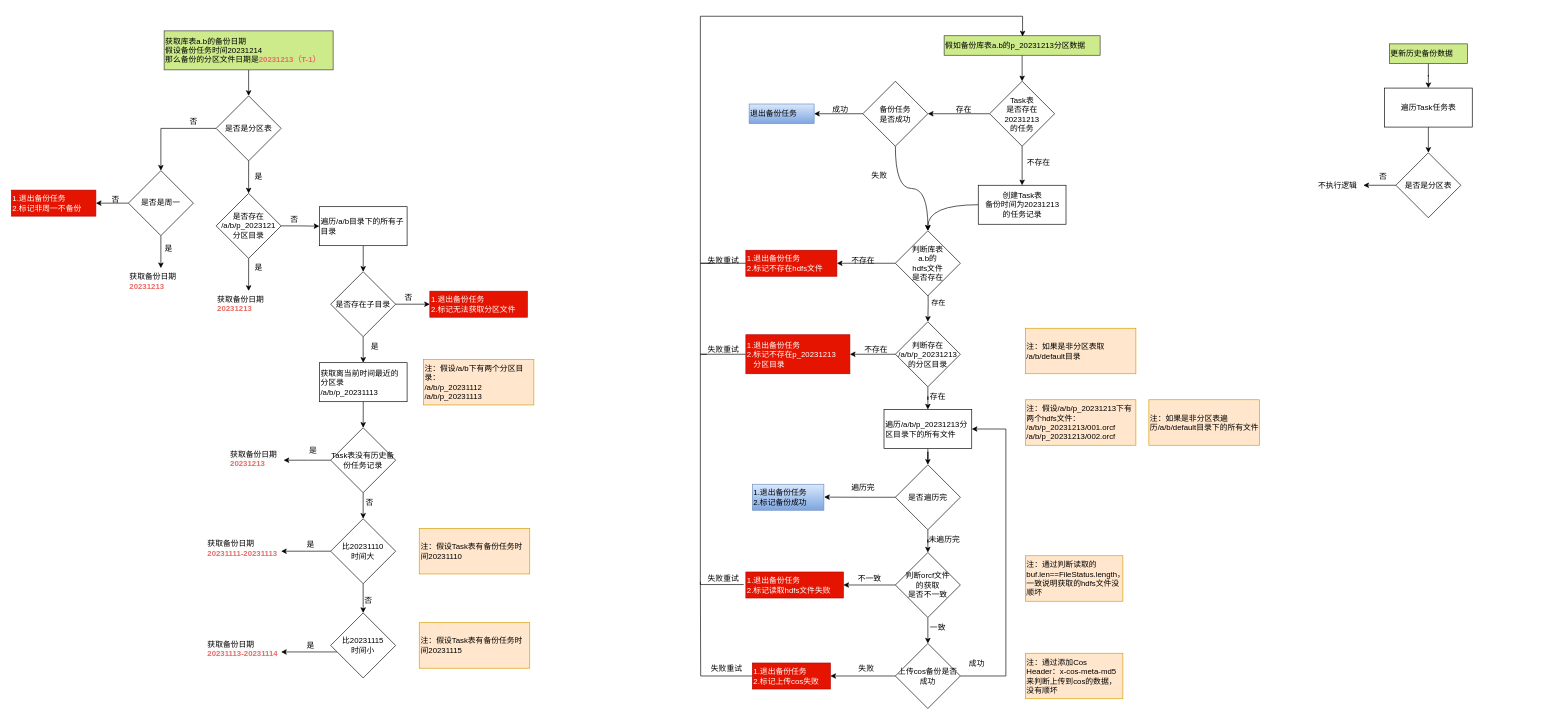
The draw.io diagram src/main/resources/work.drawio in milanyangbo/embedded-tidb, before the edit. Source tidied: cells renumbered, new cells numbered last; positions are measured from the earlier drawing's top-left corner, leaving out a move shared by most shapes. Both pictures are drawn from the tidied source at 65%, with x=0, y=0 at pixel (11, 16).
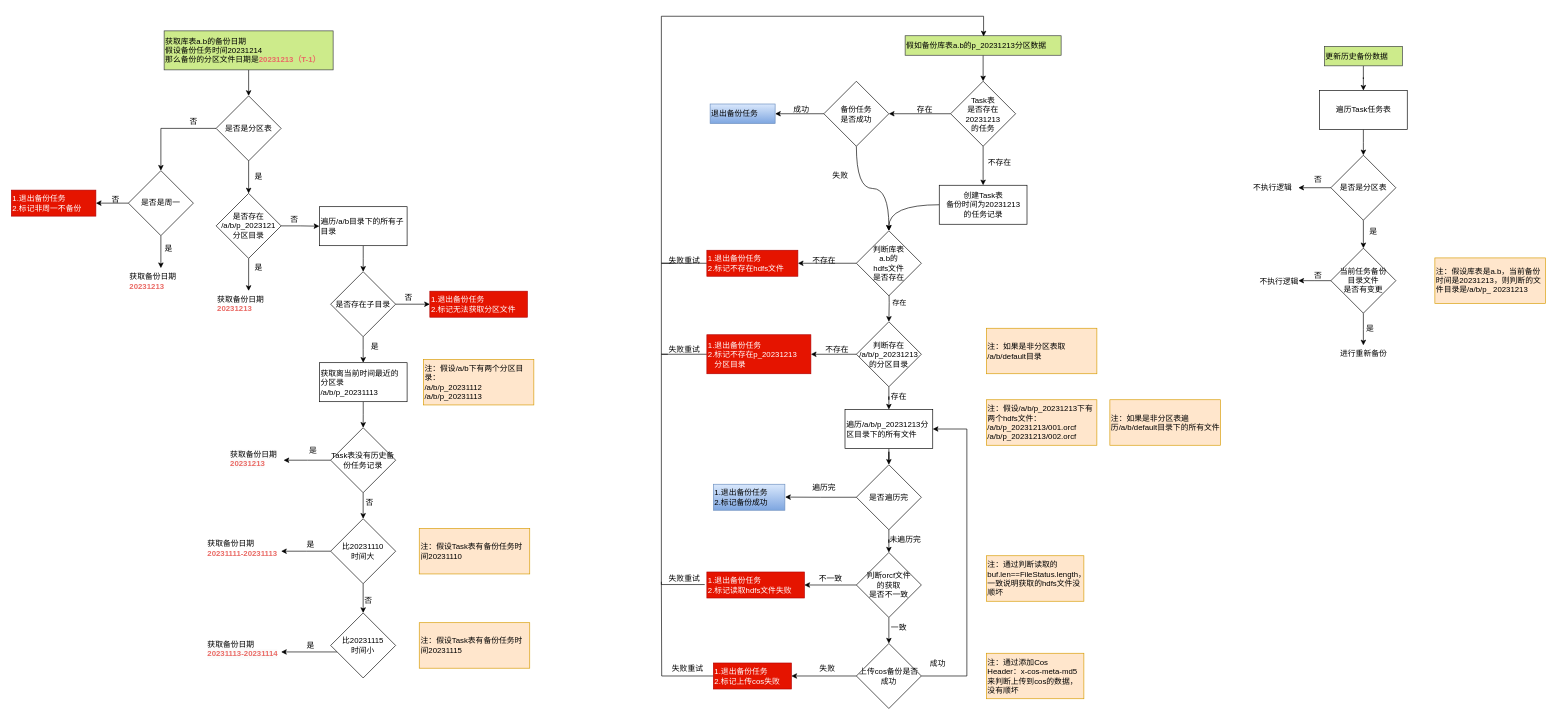
The same diagram, later.

Change to the diagram source:
```diff
@@
     <mxCell id="3" value="假如备份库表a.b的p_20231213分区数据" style="text;html=1;align=left;verticalAlign=middle;points=[];strokeColor=#36393d;fillColor=#cdeb8b;" parent="1" vertex="1">
-      <mxGeometry x="1435" y="29.5" width="240" height="30" as="geometry" />
+      <mxGeometry x="1375" y="29.5" width="240" height="30" as="geometry" />
     </mxCell>
@@
     <mxCell id="6" value="Task表&lt;br&gt;是否存在20231213&lt;br&gt;的任务" style="rhombus;whiteSpace=wrap;html=1;" parent="1" vertex="1">
-      <mxGeometry x="1505" y="99.5" width="100" height="100" as="geometry" />
+      <mxGeometry x="1445" y="99.5" width="100" height="100" as="geometry" />
     </mxCell>
@@
     <mxCell id="8" value="创建Task表&lt;br&gt;备份时间为20231213&lt;br&gt;的任务记录" style="rounded=0;whiteSpace=wrap;html=1;" parent="1" vertex="1">
-      <mxGeometry x="1487.5" y="259.5" width="135" height="60" as="geometry" />
+      <mxGeometry x="1427.5" y="259.5" width="135" height="60" as="geometry" />
     </mxCell>
     <mxCell id="9" value="不存在" style="text;html=1;align=center;verticalAlign=middle;strokeColor=none;fillColor=none;" parent="1" vertex="1">
-      <mxGeometry x="1550" y="209.5" width="60" height="30" as="geometry" />
+      <mxGeometry x="1490" y="209.5" width="60" height="30" as="geometry" />
     </mxCell>
@@
     <mxCell id="12" value="备份任务&lt;br&gt;是否成功" style="rhombus;whiteSpace=wrap;html=1;" parent="1" vertex="1">
-      <mxGeometry x="1310" y="99.5" width="100" height="100" as="geometry" />
+      <mxGeometry x="1250" y="99.5" width="100" height="100" as="geometry" />
     </mxCell>
     <mxCell id="13" value="退出备份任务" style="text;html=1;align=left;verticalAlign=middle;points=[];strokeColor=#6c8ebf;fillColor=#dae8fc;gradientColor=#7ea6e0;" parent="1" vertex="1">
-      <mxGeometry x="1135" y="134.5" width="100" height="30" as="geometry" />
+      <mxGeometry x="1075" y="134.5" width="100" height="30" as="geometry" />
     </mxCell>
     <mxCell id="14" value="成功" style="text;html=1;align=center;verticalAlign=middle;strokeColor=none;fillColor=none;" parent="1" vertex="1">
-      <mxGeometry x="1250" y="127.5" width="50" height="30" as="geometry" />
+      <mxGeometry x="1190" y="127.5" width="50" height="30" as="geometry" />
     </mxCell>
     <mxCell id="15" value="存在" style="text;html=1;align=center;verticalAlign=middle;strokeColor=none;fillColor=none;" parent="1" vertex="1">
-      <mxGeometry x="1440" y="127.5" width="50" height="30" as="geometry" />
+      <mxGeometry x="1380" y="127.5" width="50" height="30" as="geometry" />
     </mxCell>
@@
     <mxCell id="17" style="edgeStyle=orthogonalEdgeStyle;rounded=0;jettySize=auto;html=1;" parent="1" edge="1" target="25">
       <mxGeometry relative="1" as="geometry">
-        <mxPoint x="1410" y="409.5" as="sourcePoint" />
+        <mxPoint x="1350" y="409.5" as="sourcePoint" />
       </mxGeometry>
     </mxCell>
@@
     <mxCell id="19" value="判断库表&lt;br&gt;a.b的&lt;br&gt;hdfs文件&lt;br&gt;是否存在" style="rhombus;whiteSpace=wrap;html=1;" parent="1" vertex="1">
-      <mxGeometry x="1360" y="329.5" width="100" height="100" as="geometry" />
+      <mxGeometry x="1300" y="329.5" width="100" height="100" as="geometry" />
     </mxCell>
     <mxCell id="20" style="edgeStyle=orthogonalEdgeStyle;rounded=0;jettySize=auto;html=1;entryX=0.503;entryY=0.033;entryDx=0;entryDy=0;entryPerimeter=0;" parent="1" edge="1" source="21" target="3">
       <mxGeometry relative="1" as="geometry">
         <Array as="points">
-          <mxPoint x="1060" y="379.5" />
-          <mxPoint x="1060" y="-0.5" />
-          <mxPoint x="1556" y="-0.5" />
+          <mxPoint x="1000" y="379.5" />
+          <mxPoint x="1000" y="-0.5" />
+          <mxPoint x="1496" y="-0.5" />
         </Array>
       </mxGeometry>
     </mxCell>
     <mxCell id="21" value="1.退出备份任务&lt;br&gt;2.标记不存在hdfs文件" style="text;html=1;align=left;verticalAlign=middle;points=[];strokeColor=#B20000;fillColor=#e51400;fontColor=#ffffff;" parent="1" vertex="1">
-      <mxGeometry x="1130" y="359.5" width="140" height="40" as="geometry" />
+      <mxGeometry x="1070" y="359.5" width="140" height="40" as="geometry" />
     </mxCell>
     <mxCell id="22" value="不存在" style="text;html=1;align=center;verticalAlign=middle;strokeColor=none;fillColor=none;" parent="1" vertex="1">
-      <mxGeometry x="1280" y="359.5" width="60" height="30" as="geometry" />
+      <mxGeometry x="1220" y="359.5" width="60" height="30" as="geometry" />
     </mxCell>
@@
     <mxCell id="25" value="判断存在&lt;br&gt;/a/b/p_20231213&lt;br&gt;的分区目录" style="rhombus;whiteSpace=wrap;html=1;" parent="1" vertex="1">
-      <mxGeometry x="1360" y="469.5" width="100" height="100" as="geometry" />
+      <mxGeometry x="1300" y="469.5" width="100" height="100" as="geometry" />
     </mxCell>
     <mxCell id="26" style="edgeStyle=orthogonalEdgeStyle;rounded=0;jettySize=auto;html=1;endArrow=none;endFill=0;" parent="1" edge="1" source="27">
       <mxGeometry relative="1" as="geometry">
-        <mxPoint x="1080" y="379.5" as="targetPoint" />
+        <mxPoint x="1020" y="379.5" as="targetPoint" />
         <Array as="points">
-          <mxPoint x="1060" y="519.5" />
-          <mxPoint x="1060" y="379.5" />
+          <mxPoint x="1000" y="519.5" />
+          <mxPoint x="1000" y="379.5" />
         </Array>
       </mxGeometry>
     </mxCell>
     <mxCell id="27" value="1.退出备份任务&lt;br&gt;2.标记不存在p_20231213&lt;br&gt;&amp;nbsp; &amp;nbsp;分区目录" style="text;html=1;align=left;verticalAlign=middle;points=[];strokeColor=#B20000;fillColor=#e51400;fontColor=#ffffff;" parent="1" vertex="1">
-      <mxGeometry x="1130" y="489.5" width="160" height="60" as="geometry" />
+      <mxGeometry x="1070" y="489.5" width="160" height="60" as="geometry" />
     </mxCell>
     <mxCell id="28" value="不存在" style="text;html=1;align=center;verticalAlign=middle;strokeColor=none;fillColor=none;" parent="1" vertex="1">
-      <mxGeometry x="1300" y="497.5" width="60" height="30" as="geometry" />
+      <mxGeometry x="1240" y="497.5" width="60" height="30" as="geometry" />
     </mxCell>
@@
     <mxCell id="30" value="遍历/a/b/p_20231213分区目录下的所有文件" style="rounded=0;whiteSpace=wrap;html=1;align=left;" parent="1" vertex="1">
-      <mxGeometry x="1342.5" y="604.5" width="135" height="60" as="geometry" />
+      <mxGeometry x="1282.5" y="604.5" width="135" height="60" as="geometry" />
     </mxCell>
     <mxCell id="31" value="存在" style="text;html=1;align=center;verticalAlign=middle;strokeColor=none;fillColor=none;" parent="1" vertex="1">
-      <mxGeometry x="1400" y="569.5" width="50" height="30" as="geometry" />
+      <mxGeometry x="1340" y="569.5" width="50" height="30" as="geometry" />
     </mxCell>
@@
     <mxCell id="33" value="是否遍历完" style="rhombus;whiteSpace=wrap;html=1;" parent="1" vertex="1">
-      <mxGeometry x="1360" y="689.5" width="100" height="100" as="geometry" />
+      <mxGeometry x="1300" y="689.5" width="100" height="100" as="geometry" />
     </mxCell>
     <mxCell id="34" value="注：假设/a/b/p_20231213下有两个hdfs文件：&lt;br&gt;/a/b/p_20231213/001.orcf&lt;br&gt;/a/b/p_20231213/002.orcf" style="rounded=0;whiteSpace=wrap;html=1;align=left;fillColor=#ffe6cc;strokeColor=#d79b00;" parent="1" vertex="1">
-      <mxGeometry x="1560" y="589.5" width="170" height="70" as="geometry" />
+      <mxGeometry x="1500" y="589.5" width="170" height="70" as="geometry" />
     </mxCell>
     <mxCell id="35" value="注：通过判断读取的buf.len==FileStatus.length，一致说明获取的hdfs文件没顺坏&amp;nbsp;" style="rounded=0;whiteSpace=wrap;html=1;align=left;fillColor=#ffe6cc;strokeColor=#d79b00;" parent="1" vertex="1">
-      <mxGeometry x="1560" y="829.5" width="150" height="70" as="geometry" />
+      <mxGeometry x="1500" y="829.5" width="150" height="70" as="geometry" />
     </mxCell>
     <mxCell id="36" value="遍历完" style="text;html=1;align=center;verticalAlign=middle;strokeColor=none;fillColor=none;" parent="1" vertex="1">
-      <mxGeometry x="1280" y="709.5" width="60" height="30" as="geometry" />
+      <mxGeometry x="1220" y="709.5" width="60" height="30" as="geometry" />
     </mxCell>
     <mxCell id="37" value="1.退出备份任务&lt;br&gt;2.标记备份成功" style="text;html=1;align=left;verticalAlign=middle;points=[];strokeColor=#6c8ebf;fillColor=#dae8fc;gradientColor=#7ea6e0;" parent="1" vertex="1">
-      <mxGeometry x="1140" y="719.5" width="110" height="40" as="geometry" />
+      <mxGeometry x="1080" y="719.5" width="110" height="40" as="geometry" />
     </mxCell>
@@
     <mxCell id="40" value="判断orcf文件&lt;br&gt;的获取&lt;br&gt;是否不一致" style="rhombus;whiteSpace=wrap;html=1;" parent="1" vertex="1">
-      <mxGeometry x="1360" y="824.5" width="100" height="100" as="geometry" />
+      <mxGeometry x="1300" y="824.5" width="100" height="100" as="geometry" />
     </mxCell>
     <mxCell id="41" value="不一致" style="text;html=1;align=center;verticalAlign=middle;strokeColor=none;fillColor=none;" parent="1" vertex="1">
-      <mxGeometry x="1290" y="849.5" width="60" height="30" as="geometry" />
+      <mxGeometry x="1230" y="849.5" width="60" height="30" as="geometry" />
     </mxCell>
     <mxCell id="42" style="edgeStyle=orthogonalEdgeStyle;rounded=0;jettySize=auto;html=1;endArrow=none;endFill=0;exitX=-0.022;exitY=0.483;exitDx=0;exitDy=0;exitPerimeter=0;" parent="1" edge="1" source="43">
       <mxGeometry relative="1" as="geometry">
-        <mxPoint x="1070" y="519.5" as="targetPoint" />
+        <mxPoint x="1010" y="519.5" as="targetPoint" />
         <Array as="points">
-          <mxPoint x="1060" y="873.5" />
-          <mxPoint x="1060" y="519.5" />
+          <mxPoint x="1000" y="873.5" />
+          <mxPoint x="1000" y="519.5" />
         </Array>
       </mxGeometry>
     </mxCell>
     <mxCell id="43" value="1.退出备份任务&lt;br&gt;2.标记读取hdfs文件失败" style="text;html=1;align=left;verticalAlign=middle;points=[];strokeColor=#B20000;fillColor=#e51400;fontColor=#ffffff;" parent="1" vertex="1">
-      <mxGeometry x="1130" y="854.5" width="150" height="40" as="geometry" />
+      <mxGeometry x="1070" y="854.5" width="150" height="40" as="geometry" />
     </mxCell>
@@
     <mxCell id="45" value="未遍历完" style="text;html=1;align=center;verticalAlign=middle;strokeColor=none;fillColor=none;" parent="1" vertex="1">
-      <mxGeometry x="1400" y="789.5" width="70" height="30" as="geometry" />
+      <mxGeometry x="1340" y="789.5" width="70" height="30" as="geometry" />
     </mxCell>
@@
     <mxCell id="47" style="edgeStyle=orthogonalEdgeStyle;rounded=0;jettySize=auto;html=1;exitX=1;exitY=0.5;exitDx=0;exitDy=0;entryX=1;entryY=0.5;entryDx=0;entryDy=0;" parent="1" edge="1" source="48" target="30">
       <mxGeometry relative="1" as="geometry">
         <Array as="points">
-          <mxPoint x="1530" y="1014.5" />
-          <mxPoint x="1530" y="634.5" />
+          <mxPoint x="1470" y="1014.5" />
+          <mxPoint x="1470" y="634.5" />
         </Array>
       </mxGeometry>
     </mxCell>
     <mxCell id="48" value="上传cos备份是否成功" style="rhombus;whiteSpace=wrap;html=1;" parent="1" vertex="1">
-      <mxGeometry x="1360" y="964.5" width="100" height="100" as="geometry" />
+      <mxGeometry x="1300" y="964.5" width="100" height="100" as="geometry" />
     </mxCell>
     <mxCell id="49" value="一致" style="text;html=1;align=center;verticalAlign=middle;strokeColor=none;fillColor=none;" parent="1" vertex="1">
-      <mxGeometry x="1400" y="924.5" width="50" height="30" as="geometry" />
+      <mxGeometry x="1340" y="924.5" width="50" height="30" as="geometry" />
     </mxCell>
     <mxCell id="50" style="edgeStyle=orthogonalEdgeStyle;rounded=0;jettySize=auto;html=1;endArrow=none;endFill=0;" parent="1" edge="1" source="51">
       <mxGeometry relative="1" as="geometry">
-        <mxPoint x="1060" y="869.5" as="targetPoint" />
+        <mxPoint x="1000" y="869.5" as="targetPoint" />
       </mxGeometry>
     </mxCell>
     <mxCell id="51" value="1.退出备份任务&lt;br&gt;2.标记上传cos失败" style="text;html=1;align=left;verticalAlign=middle;points=[];strokeColor=#B20000;fillColor=#e51400;fontColor=#ffffff;" parent="1" vertex="1">
-      <mxGeometry x="1140" y="994.5" width="120" height="40" as="geometry" />
+      <mxGeometry x="1080" y="994.5" width="120" height="40" as="geometry" />
     </mxCell>
     <mxCell id="52" value="失败" style="text;html=1;align=center;verticalAlign=middle;strokeColor=none;fillColor=none;" parent="1" vertex="1">
-      <mxGeometry x="1290" y="987.5" width="50" height="30" as="geometry" />
+      <mxGeometry x="1230" y="987.5" width="50" height="30" as="geometry" />
     </mxCell>
     <mxCell id="53" value="失败" style="text;html=1;align=center;verticalAlign=middle;strokeColor=none;fillColor=none;" parent="1" vertex="1">
-      <mxGeometry x="1310" y="229.5" width="50" height="30" as="geometry" />
+      <mxGeometry x="1250" y="229.5" width="50" height="30" as="geometry" />
     </mxCell>
     <mxCell id="54" value="注：通过添加Cos Header：x-cos-meta-md5 来判断上传到cos的数据，没有顺坏" style="rounded=0;whiteSpace=wrap;html=1;align=left;fillColor=#ffe6cc;strokeColor=#d79b00;" parent="1" vertex="1">
-      <mxGeometry x="1560" y="979.5" width="150" height="70" as="geometry" />
+      <mxGeometry x="1500" y="979.5" width="150" height="70" as="geometry" />
     </mxCell>
     <mxCell id="55" value="成功" style="text;html=1;align=center;verticalAlign=middle;strokeColor=none;fillColor=none;" parent="1" vertex="1">
-      <mxGeometry x="1460" y="979.5" width="50" height="30" as="geometry" />
+      <mxGeometry x="1400" y="979.5" width="50" height="30" as="geometry" />
     </mxCell>
     <mxCell id="56" value="失败重试" style="text;html=1;align=center;verticalAlign=middle;strokeColor=none;fillColor=none;" parent="1" vertex="1">
-      <mxGeometry x="1060" y="359.5" width="70" height="30" as="geometry" />
+      <mxGeometry x="1000" y="359.5" width="70" height="30" as="geometry" />
     </mxCell>
     <mxCell id="57" value="失败重试" style="text;html=1;align=center;verticalAlign=middle;strokeColor=none;fillColor=none;" parent="1" vertex="1">
-      <mxGeometry x="1060" y="497.5" width="70" height="30" as="geometry" />
+      <mxGeometry x="1000" y="497.5" width="70" height="30" as="geometry" />
     </mxCell>
     <mxCell id="58" value="失败重试" style="text;html=1;align=center;verticalAlign=middle;strokeColor=none;fillColor=none;" parent="1" vertex="1">
-      <mxGeometry x="1060" y="849.5" width="70" height="30" as="geometry" />
+      <mxGeometry x="1000" y="849.5" width="70" height="30" as="geometry" />
     </mxCell>
     <mxCell id="59" value="失败重试" style="text;html=1;align=center;verticalAlign=middle;strokeColor=none;fillColor=none;" parent="1" vertex="1">
-      <mxGeometry x="1065" y="987.5" width="70" height="30" as="geometry" />
+      <mxGeometry x="1005" y="987.5" width="70" height="30" as="geometry" />
     </mxCell>
@@
     <mxCell id="109" value="注：如果是非分区表取&lt;br&gt;/a/b/default目录" style="rounded=0;whiteSpace=wrap;html=1;align=left;fillColor=#ffe6cc;strokeColor=#d79b00;" parent="1" vertex="1">
-      <mxGeometry x="1560" y="479.5" width="170" height="70" as="geometry" />
+      <mxGeometry x="1500" y="479.5" width="170" height="70" as="geometry" />
     </mxCell>
     <mxCell id="110" value="注：如果是非分区表遍历/a/b/default目录下的所有文件" style="rounded=0;whiteSpace=wrap;html=1;align=left;fillColor=#ffe6cc;strokeColor=#d79b00;" parent="1" vertex="1">
-      <mxGeometry x="1750" y="589.5" width="170" height="70" as="geometry" />
+      <mxGeometry x="1690" y="589.5" width="170" height="70" as="geometry" />
     </mxCell>
@@
     <mxCell id="112" value="更新历史备份数据" style="text;html=1;align=left;verticalAlign=middle;points=[];strokeColor=#36393d;fillColor=#cdeb8b;" parent="1" vertex="1">
-      <mxGeometry x="2120" y="42" width="120" height="30" as="geometry" />
+      <mxGeometry x="2020" y="45.8" width="120" height="30" as="geometry" />
     </mxCell>
@@
     <mxCell id="114" value="遍历Task任务表" style="rounded=0;whiteSpace=wrap;html=1;" parent="1" vertex="1">
-      <mxGeometry x="2112.5" y="110" width="135" height="60" as="geometry" />
+      <mxGeometry x="2012.5" y="113.8" width="135" height="60" as="geometry" />
     </mxCell>
@@
+    <mxCell id="120" style="edgeStyle=orthogonalEdgeStyle;rounded=0;jettySize=auto;html=1;" parent="1" edge="1" source="116" target="123">
+      <mxGeometry relative="1" as="geometry" />
+    </mxCell>
     <mxCell id="116" value="是否是分区表" style="rhombus;whiteSpace=wrap;html=1;" parent="1" vertex="1">
-      <mxGeometry x="2130" y="209.5" width="100" height="100" as="geometry" />
+      <mxGeometry x="2030" y="213.3" width="100" height="100" as="geometry" />
     </mxCell>
     <mxCell id="117" value="不执行逻辑" style="text;html=1;align=center;verticalAlign=middle;points=[];strokeColor=none;fillColor=none;" parent="1" vertex="1">
-      <mxGeometry x="2000" y="244.5" width="80" height="30" as="geometry" />
+      <mxGeometry x="1900" y="248.3" width="80" height="30" as="geometry" />
     </mxCell>
     <mxCell id="118" value="否" style="text;html=1;align=center;verticalAlign=middle;strokeColor=none;fillColor=none;" parent="1" vertex="1">
-      <mxGeometry x="2090" y="232" width="40" height="30" as="geometry" />
+      <mxGeometry x="1990" y="235.8" width="40" height="30" as="geometry" />
     </mxCell>
@@
+    <mxCell id="121" style="edgeStyle=orthogonalEdgeStyle;rounded=0;jettySize=auto;html=1;" parent="1" edge="1" source="123">
+      <mxGeometry relative="1" as="geometry">
+        <mxPoint x="1980" y="406.3" as="targetPoint" />
+      </mxGeometry>
+    </mxCell>
+    <mxCell id="122" style="edgeStyle=orthogonalEdgeStyle;rounded=0;jettySize=auto;html=1;" parent="1" edge="1" source="123">
+      <mxGeometry relative="1" as="geometry">
+        <mxPoint x="2080" y="505.8" as="targetPoint" />
+      </mxGeometry>
+    </mxCell>
+    <mxCell id="123" value="当前任务备份&lt;br&gt;目录文件&lt;br&gt;是否有变更" style="rhombus;whiteSpace=wrap;html=1;" parent="1" vertex="1">
+      <mxGeometry x="2030" y="356.3" width="100" height="100" as="geometry" />
+    </mxCell>
+    <mxCell id="124" value="是" style="text;html=1;align=center;verticalAlign=middle;strokeColor=none;fillColor=none;" parent="1" vertex="1">
+      <mxGeometry x="2075" y="315.8" width="40" height="30" as="geometry" />
+    </mxCell>
+    <mxCell id="125" value="注：假设库表是a.b，当前备份时间是20231213，则判断的文件目录是/a/b/p_&amp;nbsp;20231213" style="rounded=0;whiteSpace=wrap;html=1;align=left;fillColor=#ffe6cc;strokeColor=#d79b00;" parent="1" vertex="1">
+      <mxGeometry x="2190" y="371.3" width="170" height="70" as="geometry" />
+    </mxCell>
+    <mxCell id="126" value="否" style="text;html=1;align=center;verticalAlign=middle;strokeColor=none;fillColor=none;" parent="1" vertex="1">
+      <mxGeometry x="1990" y="383.8" width="40" height="30" as="geometry" />
+    </mxCell>
+    <mxCell id="127" value="不执行逻辑" style="text;html=1;align=center;verticalAlign=middle;strokeColor=none;fillColor=none;" parent="1" vertex="1">
+      <mxGeometry x="1910" y="393.3" width="80" height="30" as="geometry" />
+    </mxCell>
+    <mxCell id="128" value="是" style="text;html=1;align=center;verticalAlign=middle;strokeColor=none;fillColor=none;" parent="1" vertex="1">
+      <mxGeometry x="2070" y="466.3" width="40" height="30" as="geometry" />
+    </mxCell>
+    <mxCell id="129" value="进行重新备份" style="text;html=1;align=center;verticalAlign=middle;strokeColor=none;fillColor=none;" parent="1" vertex="1">
+      <mxGeometry x="2030" y="503.3" width="100" height="30" as="geometry" />
+    </mxCell>
```
